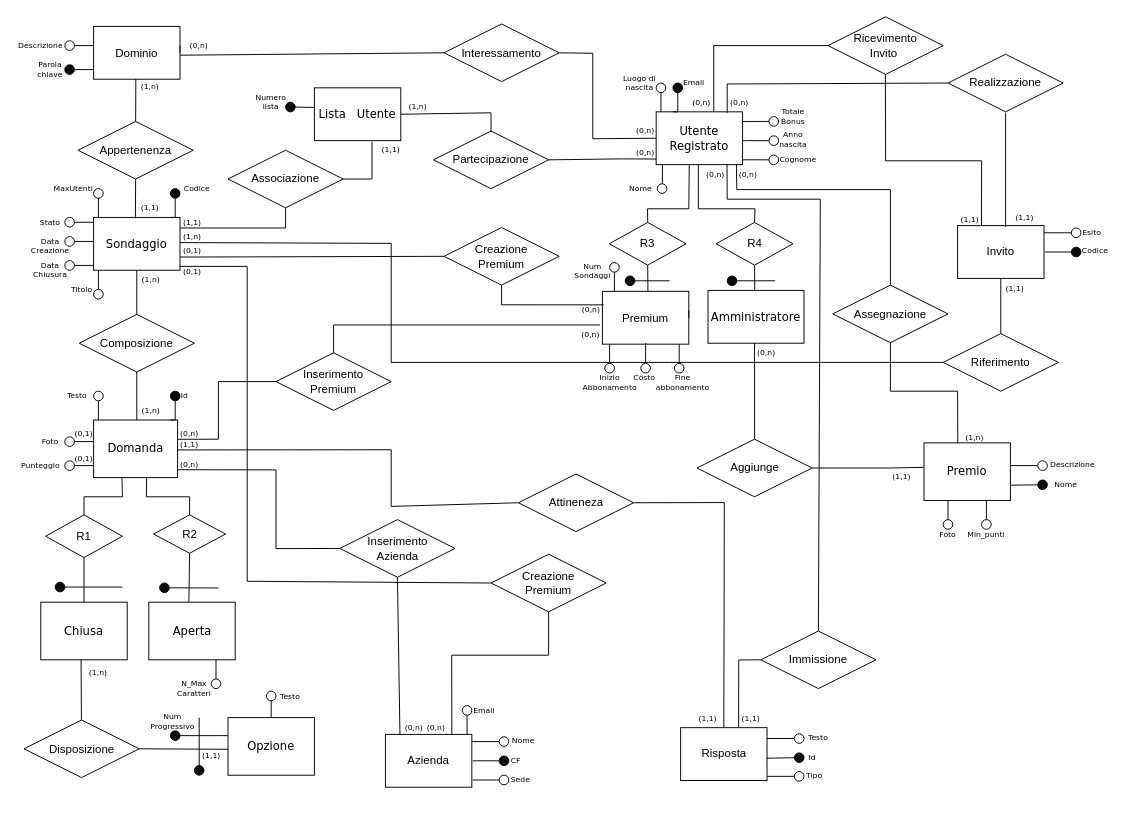
The draw.io diagram SchemaEr.drawio in tommaso2311/DatBas_22-23, before the edit. Source tidied: cells renumbered, new cells numbered last; positions are measured from the earlier drawing's top-left corner, leaving out a move shared by most shapes. Both pictures are drawn from the tidied source at 96%, with x=0, y=0 at pixel (16, 16).
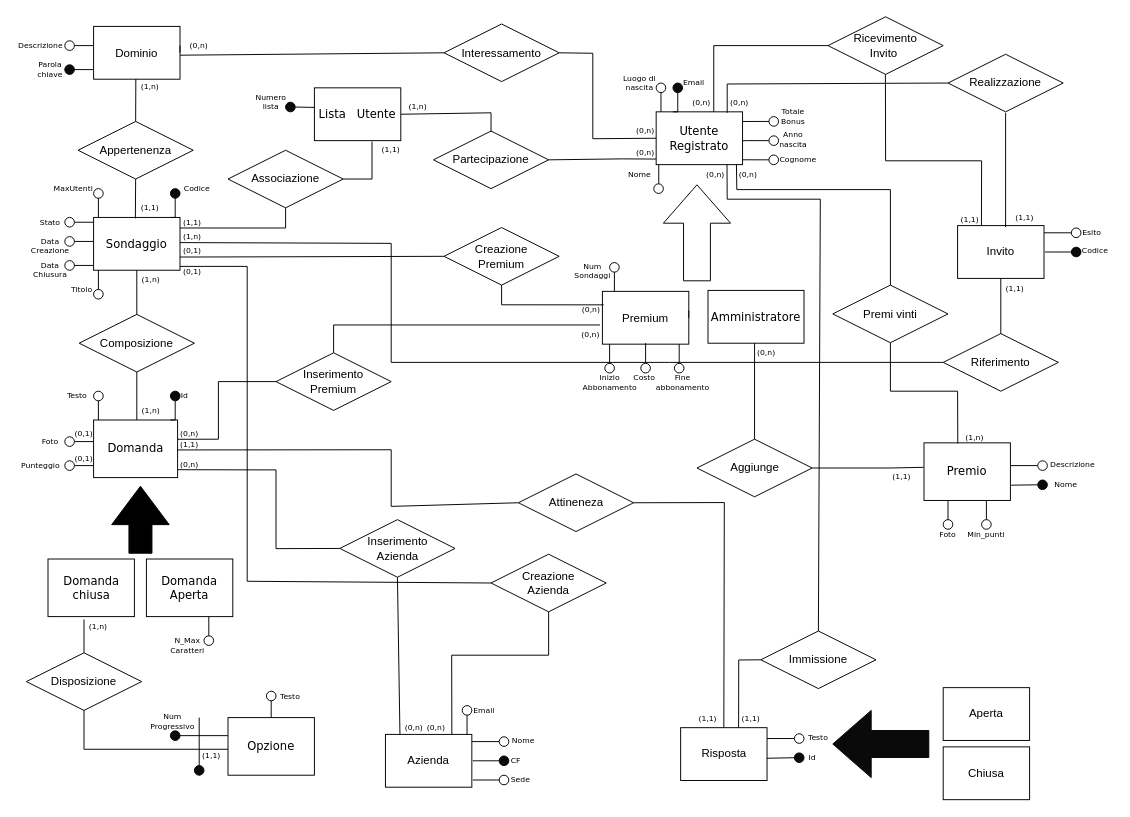
The same page after the edit.

Unchanged cells that the change refers to:
```xml
<mxCell id="21" value="&lt;p&gt;&lt;font face=&quot;Verdana&quot;&gt;Domanda&lt;/font&gt;&lt;/p&gt;" style="rounded=0;whiteSpace=wrap;html=1;" parent="1" vertex="1">
  <mxGeometry x="80" y="420" width="87.5" height="60" as="geometry" />
</mxCell>
<mxCell id="71" value="&lt;p&gt;&lt;font face=&quot;Verdana&quot;&gt;Utente Registrato&lt;/font&gt;&lt;/p&gt;" style="rounded=0;whiteSpace=wrap;html=1;" parent="1" vertex="1">
  <mxGeometry x="666" y="99" width="90" height="55" as="geometry" />
</mxCell>
<mxCell id="95" value="Premium" style="rounded=0;whiteSpace=wrap;html=1;" parent="1" vertex="1">
  <mxGeometry x="610" y="286" width="90" height="55" as="geometry" />
</mxCell>
<mxCell id="98" value="&lt;p&gt;&lt;font face=&quot;Verdana&quot;&gt;Amministratore&lt;/font&gt;&lt;/p&gt;" style="rounded=0;whiteSpace=wrap;html=1;" parent="1" vertex="1">
  <mxGeometry x="720" y="285" width="100" height="55" as="geometry" />
</mxCell>
<mxCell id="236" value="&lt;p&gt;&lt;font face=&quot;Verdana&quot;&gt;&amp;nbsp;Lista&amp;nbsp; &amp;nbsp;U&lt;/font&gt;&lt;span style=&quot;font-family: Verdana; background-color: initial;&quot;&gt;tente&amp;nbsp;&lt;/span&gt;&lt;/p&gt;" style="rounded=0;whiteSpace=wrap;html=1;" parent="1" vertex="1">
  <mxGeometry x="310" y="74" width="90" height="55" as="geometry" />
</mxCell>
<mxCell id="237" value="Associazione" style="shape=rhombus;perimeter=rhombusPerimeter;whiteSpace=wrap;html=1;align=center;" parent="1" vertex="1">
  <mxGeometry x="220" y="139" width="120" height="60" as="geometry" />
</mxCell>
<mxCell id="240" value="(1,1)" style="text;html=1;strokeColor=none;fillColor=none;align=center;verticalAlign=middle;whiteSpace=wrap;rounded=0;fontSize=8;fontFamily=Verdana;" parent="1" vertex="1">
  <mxGeometry x="162.5" y="204" width="40" height="20" as="geometry" />
</mxCell>
```

The edit, as a diff of the source:
```diff
@@
     <mxCell id="39" value="Disposizione" style="shape=rhombus;perimeter=rhombusPerimeter;whiteSpace=wrap;html=1;align=center;" parent="1" vertex="1">
-      <mxGeometry x="7.5" y="732.5" width="120" height="60" as="geometry" />
+      <mxGeometry x="10" y="662.5" width="120" height="60" as="geometry" />
     </mxCell>
@@
-    <mxCell id="42" value="&lt;p&gt;&lt;font face=&quot;Verdana&quot;&gt;Chiusa&lt;/font&gt;&lt;/p&gt;" style="rounded=0;whiteSpace=wrap;html=1;" parent="1" vertex="1">
-      <mxGeometry x="25" y="609.8" width="90" height="60" as="geometry" />
-    </mxCell>
@@
-    <mxCell id="45" style="endArrow=none;html=1;rounded=0;entryX=0.466;entryY=0.995;entryDx=0;entryDy=0;entryPerimeter=0;" parent="1" edge="1" source="39" target="42">
-      <mxGeometry relative="1" as="geometry" />
-    </mxCell>
@@
-    <mxCell id="53" value="&lt;p&gt;&lt;font face=&quot;Verdana&quot;&gt;Aperta&lt;/font&gt;&lt;/p&gt;" style="rounded=0;whiteSpace=wrap;html=1;" parent="1" vertex="1">
-      <mxGeometry x="137.5" y="609.8" width="90" height="60" as="geometry" />
+    <mxCell id="53" value="&lt;p&gt;&lt;font face=&quot;Verdana&quot;&gt;Domanda Aperta&lt;/font&gt;&lt;/p&gt;" style="rounded=0;whiteSpace=wrap;html=1;" parent="1" vertex="1">
+      <mxGeometry x="135" y="564.8" width="90" height="60" as="geometry" />
     </mxCell>
     <mxCell id="54" style="ellipse;whiteSpace=wrap;html=1;" parent="1" vertex="1">
-      <mxGeometry x="202.5" y="689.8" width="10" height="10" as="geometry" />
+      <mxGeometry x="195" y="644.8" width="10" height="10" as="geometry" />
     </mxCell>
     <mxCell id="55" style="verticalLabelPosition=bottom;align=center;dashed=0;html=1;verticalAlign=top;shape=mxgraph.pid.fittings.single_flange;" parent="1" vertex="1">
-      <mxGeometry x="205" y="669.8" width="5" height="20" as="geometry" />
+      <mxGeometry x="197.5" y="624.8" width="5" height="20" as="geometry" />
     </mxCell>
     <mxCell id="56" value="N_Max Caratteri" style="text;html=1;strokeColor=none;fillColor=none;align=center;verticalAlign=middle;whiteSpace=wrap;rounded=0;fontSize=8;fontFamily=Verdana;" parent="1" vertex="1">
-      <mxGeometry x="170" y="689.8" width="30" height="20" as="geometry" />
+      <mxGeometry x="162.5" y="644.8" width="30" height="20" as="geometry" />
     </mxCell>
-    <mxCell id="57" value="(1,n)" style="text;html=1;strokeColor=none;fillColor=none;align=center;verticalAlign=middle;whiteSpace=wrap;rounded=0;fontSize=8;fontFamily=Verdana;" parent="1" vertex="1">
-      <mxGeometry x="65" y="672.5" width="40" height="20" as="geometry" />
-    </mxCell>
@@
     <mxCell id="87" style="ellipse;whiteSpace=wrap;html=1;" parent="1" vertex="1">
-      <mxGeometry x="667.2" y="174" width="10" height="10" as="geometry" />
+      <mxGeometry x="663.5" y="174" width="10" height="10" as="geometry" />
     </mxCell>
     <mxCell id="88" style="verticalLabelPosition=bottom;align=center;dashed=0;html=1;verticalAlign=top;shape=mxgraph.pid.fittings.single_flange;" parent="1" vertex="1">
-      <mxGeometry x="670" y="154" width="5" height="20" as="geometry" />
+      <mxGeometry x="666.2" y="154" width="5" height="20" as="geometry" />
     </mxCell>
     <mxCell id="89" value="Nome" style="text;html=1;strokeColor=none;fillColor=none;align=center;verticalAlign=middle;whiteSpace=wrap;rounded=0;fontSize=8;fontFamily=Verdana;" parent="1" vertex="1">
-      <mxGeometry x="635" y="169" width="30" height="20" as="geometry" />
+      <mxGeometry x="633.5" y="154" width="30" height="20" as="geometry" />
     </mxCell>
@@
-    <mxCell id="124" value="Creazione &lt;br&gt;Premium" style="shape=rhombus;perimeter=rhombusPerimeter;whiteSpace=wrap;html=1;align=center;" parent="1" vertex="1">
+    <mxCell id="124" value="Creazione &lt;br&gt;Azienda" style="shape=rhombus;perimeter=rhombusPerimeter;whiteSpace=wrap;html=1;align=center;" parent="1" vertex="1">
       <mxGeometry x="494" y="559.8" width="120" height="60" as="geometry" />
     </mxCell>
@@
-    <mxCell id="129" value="Partecipazione" style="shape=rhombus;perimeter=rhombusPerimeter;whiteSpace=wrap;html=1;align=center;" parent="1" vertex="1">
-      <mxGeometry x="434" y="119" width="120" height="60" as="geometry" />
-    </mxCell>
-    <mxCell id="130" style="endArrow=none;html=1;rounded=0;fontFamily=Helvetica;fontSize=12;fontColor=default;startArrow=none;exitX=1;exitY=0.5;exitDx=0;exitDy=0;" parent="1" edge="1" source="236">
-      <mxGeometry relative="1" as="geometry">
-        <mxPoint x="494" y="120" as="targetPoint" />
-        <Array as="points">
-          <mxPoint x="494" y="100" />
-        </Array>
-      </mxGeometry>
-    </mxCell>
-    <mxCell id="131" value="(1,1)" style="text;html=1;strokeColor=none;fillColor=none;align=center;verticalAlign=middle;whiteSpace=wrap;rounded=0;fontSize=8;fontFamily=Verdana;" parent="1" vertex="1">
-      <mxGeometry x="370" y="128" width="40" height="20" as="geometry" />
-    </mxCell>
-    <mxCell id="132" style="endArrow=none;html=1;rounded=0;fontFamily=Helvetica;fontSize=12;fontColor=default;entryX=0.848;entryY=1.013;entryDx=0;entryDy=0;exitX=1;exitY=0.5;exitDx=0;exitDy=0;entryPerimeter=0;" parent="1" edge="1" source="129" target="133">
-      <mxGeometry relative="1" as="geometry">
-        <Array as="points">
-          <mxPoint x="630" y="148" />
-        </Array>
-      </mxGeometry>
-    </mxCell>
-    <mxCell id="133" value="(0,n)" style="text;html=1;strokeColor=none;fillColor=none;align=center;verticalAlign=middle;whiteSpace=wrap;rounded=0;fontSize=8;fontFamily=Verdana;" parent="1" vertex="1">
-      <mxGeometry x="637.5" y="134" width="33.5" height="14" as="geometry" />
-    </mxCell>
@@
-    <mxCell id="140" style="ellipse;whiteSpace=wrap;html=1;labelBackgroundColor=#0A0A0A;fontColor=#000000;fillColor=default;" parent="1" vertex="1">
+    <mxCell id="140" style="ellipse;whiteSpace=wrap;html=1;labelBackgroundColor=#0A0A0A;fontColor=#000000;fillColor=none;" parent="1" vertex="1">
       <mxGeometry x="464" y="717.5" width="10" height="10" as="geometry" />
     </mxCell>
@@
-    <mxCell id="207" value="Assegnazione" style="shape=rhombus;perimeter=rhombusPerimeter;whiteSpace=wrap;html=1;align=center;" parent="1" vertex="1">
+    <mxCell id="207" value="Premi vinti" style="shape=rhombus;perimeter=rhombusPerimeter;whiteSpace=wrap;html=1;align=center;" parent="1" vertex="1">
       <mxGeometry x="850" y="279.5" width="120" height="60" as="geometry" />
     </mxCell>
@@
-    <mxCell id="212" value="R2" style="shape=rhombus;perimeter=rhombusPerimeter;whiteSpace=wrap;html=1;align=center;" parent="1" vertex="1">
-      <mxGeometry x="142.5" y="518.8" width="75" height="40" as="geometry" />
-    </mxCell>
-    <mxCell id="213" value="R1" style="shape=rhombus;perimeter=rhombusPerimeter;whiteSpace=wrap;html=1;align=center;" parent="1" vertex="1">
-      <mxGeometry x="30" y="518.8" width="80" height="44.5" as="geometry" />
-    </mxCell>
-    <mxCell id="214" style="endArrow=none;html=1;rounded=0;fontFamily=Helvetica;fontSize=12;fontColor=default;exitX=1;exitY=0.5;exitDx=0;exitDy=0;" parent="1" edge="1" source="39">
+    <mxCell id="214" style="endArrow=none;html=1;rounded=0;fontFamily=Helvetica;fontSize=12;fontColor=default;exitX=0.5;exitY=1;exitDx=0;exitDy=0;" parent="1" edge="1" source="39">
       <mxGeometry relative="1" as="geometry">
         <mxPoint x="220" y="763" as="targetPoint" />
+        <Array as="points">
+          <mxPoint x="70" y="763" />
+        </Array>
       </mxGeometry>
     </mxCell>
-    <mxCell id="215" style="endArrow=none;html=1;rounded=0;fontFamily=Helvetica;fontSize=12;fontColor=default;entryX=0.5;entryY=1;entryDx=0;entryDy=0;exitX=0.464;exitY=-0.006;exitDx=0;exitDy=0;exitPerimeter=0;" parent="1" edge="1" source="53" target="212">
-      <mxGeometry relative="1" as="geometry" />
-    </mxCell>
-    <mxCell id="216" style="endArrow=none;html=1;rounded=0;fontFamily=Helvetica;fontSize=12;fontColor=default;entryX=0.5;entryY=1;entryDx=0;entryDy=0;exitX=0.5;exitY=0;exitDx=0;exitDy=0;" parent="1" edge="1" source="42" target="213">
-      <mxGeometry relative="1" as="geometry" />
-    </mxCell>
-    <mxCell id="217" style="endArrow=none;html=1;rounded=0;fontFamily=Helvetica;fontSize=12;fontColor=default;entryX=0.631;entryY=0.999;entryDx=0;entryDy=0;entryPerimeter=0;exitX=0.5;exitY=0;exitDx=0;exitDy=0;" parent="1" edge="1" source="212" target="21">
-      <mxGeometry relative="1" as="geometry">
-        <Array as="points">
-          <mxPoint x="180" y="500" />
-          <mxPoint x="135" y="500" />
-        </Array>
-      </mxGeometry>
-    </mxCell>
-    <mxCell id="218" style="endArrow=none;html=1;rounded=0;fontFamily=Helvetica;fontSize=12;fontColor=default;exitX=0.5;exitY=0;exitDx=0;exitDy=0;entryX=0.338;entryY=1.001;entryDx=0;entryDy=0;entryPerimeter=0;" parent="1" edge="1" source="213" target="21">
-      <mxGeometry relative="1" as="geometry">
-        <Array as="points">
-          <mxPoint x="70" y="500" />
-          <mxPoint x="110" y="500" />
-        </Array>
-      </mxGeometry>
+    <mxCell id="218" style="endArrow=none;html=1;rounded=0;fontFamily=Helvetica;fontSize=12;fontColor=default;entryX=0.417;entryY=1.049;entryDx=0;entryDy=0;entryPerimeter=0;" parent="1" edge="1" source="39" target="248">
+      <mxGeometry relative="1" as="geometry" />
     </mxCell>
-    <mxCell id="219" style="endArrow=none;html=1;rounded=0;startArrow=none;entryX=1;entryY=0.5;entryDx=0;entryDy=0;" parent="1" edge="1" target="220">
-      <mxGeometry relative="1" as="geometry">
-        <mxPoint x="110" y="594" as="sourcePoint" />
-      </mxGeometry>
-    </mxCell>
-    <mxCell id="220" style="ellipse;whiteSpace=wrap;html=1;labelBackgroundColor=#0A0A0A;fontColor=#000000;fillColor=#0A0A0A;" parent="1" vertex="1">
-      <mxGeometry x="40" y="589" width="10" height="10" as="geometry" />
-    </mxCell>
-    <mxCell id="221" style="endArrow=none;html=1;rounded=0;startArrow=none;" parent="1" edge="1" target="222">
-      <mxGeometry relative="1" as="geometry">
-        <mxPoint x="210" y="595" as="sourcePoint" />
-      </mxGeometry>
-    </mxCell>
-    <mxCell id="222" style="ellipse;whiteSpace=wrap;html=1;labelBackgroundColor=#0A0A0A;fontColor=#000000;fillColor=#0A0A0A;" parent="1" vertex="1">
-      <mxGeometry x="148.8" y="589.8" width="10" height="10" as="geometry" />
-    </mxCell>
-    <mxCell id="223" style="endArrow=none;html=1;rounded=0;entryX=0;entryY=0.5;entryDx=0;entryDy=0;exitX=0.993;exitY=0.183;exitDx=0;exitDy=0;exitPerimeter=0;" parent="1" edge="1" target="224">
-      <mxGeometry relative="1" as="geometry">
-        <mxPoint x="781.5" y="791.2" as="sourcePoint" />
-      </mxGeometry>
-    </mxCell>
-    <mxCell id="224" style="ellipse;whiteSpace=wrap;html=1;" parent="1" vertex="1">
-      <mxGeometry x="810" y="786.2" width="10" height="10" as="geometry" />
-    </mxCell>
-    <mxCell id="225" value="Tipo" style="text;html=1;strokeColor=none;fillColor=none;align=center;verticalAlign=middle;whiteSpace=wrap;rounded=0;fontSize=8;fontFamily=Verdana;" parent="1" vertex="1">
-      <mxGeometry x="811.8" y="781" width="38.2" height="18.5" as="geometry" />
-    </mxCell>
-    <mxCell id="226" value="R3" style="shape=rhombus;perimeter=rhombusPerimeter;whiteSpace=wrap;html=1;align=center;" parent="1" vertex="1">
-      <mxGeometry x="617.2" y="214.2" width="80" height="44.5" as="geometry" />
-    </mxCell>
-    <mxCell id="227" value="R4" style="shape=rhombus;perimeter=rhombusPerimeter;whiteSpace=wrap;html=1;align=center;" parent="1" vertex="1">
-      <mxGeometry x="728.5" y="214.2" width="80" height="44.5" as="geometry" />
-    </mxCell>
-    <mxCell id="228" style="endArrow=none;html=1;rounded=0;fontFamily=Helvetica;fontSize=12;fontColor=default;entryX=0.488;entryY=1.005;entryDx=0;entryDy=0;exitX=0.5;exitY=0;exitDx=0;exitDy=0;entryPerimeter=0;" parent="1" edge="1" source="227" target="71">
-      <mxGeometry relative="1" as="geometry">
-        <Array as="points">
-          <mxPoint x="769" y="200" />
-          <mxPoint x="710" y="200" />
-        </Array>
-      </mxGeometry>
-    </mxCell>
-    <mxCell id="229" style="endArrow=none;html=1;rounded=0;fontFamily=Helvetica;fontSize=12;fontColor=default;exitX=0.5;exitY=0;exitDx=0;exitDy=0;entryX=0.383;entryY=1.01;entryDx=0;entryDy=0;entryPerimeter=0;" parent="1" edge="1" source="226" target="71">
-      <mxGeometry relative="1" as="geometry">
-        <Array as="points">
-          <mxPoint x="657" y="200" />
-          <mxPoint x="700" y="200" />
-        </Array>
-      </mxGeometry>
-    </mxCell>
-    <mxCell id="230" style="endArrow=none;html=1;rounded=0;fontFamily=Helvetica;fontSize=12;fontColor=default;entryX=0.5;entryY=1;entryDx=0;entryDy=0;exitX=0.487;exitY=0.001;exitDx=0;exitDy=0;exitPerimeter=0;" parent="1" edge="1" source="98" target="227">
-      <mxGeometry relative="1" as="geometry" />
-    </mxCell>
-    <mxCell id="231" style="endArrow=none;html=1;rounded=0;fontFamily=Helvetica;fontSize=12;fontColor=default;entryX=0.5;entryY=1;entryDx=0;entryDy=0;exitX=0.527;exitY=0.002;exitDx=0;exitDy=0;exitPerimeter=0;" parent="1" edge="1" source="95" target="226">
-      <mxGeometry relative="1" as="geometry" />
-    </mxCell>
-    <mxCell id="232" style="endArrow=none;html=1;rounded=0;startArrow=none;" parent="1" edge="1" target="233">
-      <mxGeometry relative="1" as="geometry">
-        <mxPoint x="680" y="275" as="sourcePoint" />
-      </mxGeometry>
-    </mxCell>
-    <mxCell id="233" style="ellipse;whiteSpace=wrap;html=1;labelBackgroundColor=#0A0A0A;fontColor=#000000;fillColor=#0A0A0A;" parent="1" vertex="1">
-      <mxGeometry x="633.8" y="270" width="10" height="10" as="geometry" />
-    </mxCell>
-    <mxCell id="234" style="endArrow=none;html=1;rounded=0;startArrow=none;" parent="1" edge="1" target="235">
-      <mxGeometry relative="1" as="geometry">
-        <mxPoint x="790" y="275" as="sourcePoint" />
-      </mxGeometry>
-    </mxCell>
-    <mxCell id="235" style="ellipse;whiteSpace=wrap;html=1;labelBackgroundColor=#0A0A0A;fontColor=#000000;fillColor=#0A0A0A;" parent="1" vertex="1">
-      <mxGeometry x="740" y="270" width="10" height="10" as="geometry" />
-    </mxCell>
+    <mxCell id="57" value="(1,n)" style="text;html=1;strokeColor=none;fillColor=none;align=center;verticalAlign=middle;whiteSpace=wrap;rounded=0;fontSize=8;fontFamily=Verdana;" parent="1" vertex="1">
+      <mxGeometry x="65" y="624.8" width="40" height="20" as="geometry" />
+    </mxCell>
+    <mxCell id="129" value="Partecipazione" style="shape=rhombus;perimeter=rhombusPerimeter;whiteSpace=wrap;html=1;align=center;" parent="1" vertex="1">
+      <mxGeometry x="434" y="119" width="120" height="60" as="geometry" />
+    </mxCell>
+    <mxCell id="245" style="endArrow=none;html=1;rounded=0;fontFamily=Helvetica;fontSize=12;fontColor=default;startArrow=none;exitX=1;exitY=0.5;exitDx=0;exitDy=0;" parent="1" edge="1" source="236">
+      <mxGeometry relative="1" as="geometry">
+        <mxPoint x="494" y="120" as="targetPoint" />
+        <Array as="points">
+          <mxPoint x="494" y="100" />
+        </Array>
+      </mxGeometry>
+    </mxCell>
+    <mxCell id="131" value="(1,1)" style="text;html=1;strokeColor=none;fillColor=none;align=center;verticalAlign=middle;whiteSpace=wrap;rounded=0;fontSize=8;fontFamily=Verdana;" parent="1" vertex="1">
+      <mxGeometry x="370" y="128" width="40" height="20" as="geometry" />
+    </mxCell>
+    <mxCell id="132" style="endArrow=none;html=1;rounded=0;fontFamily=Helvetica;fontSize=12;fontColor=default;entryX=0.848;entryY=1.013;entryDx=0;entryDy=0;exitX=1;exitY=0.5;exitDx=0;exitDy=0;entryPerimeter=0;" parent="1" edge="1" source="129" target="133">
+      <mxGeometry relative="1" as="geometry">
+        <Array as="points">
+          <mxPoint x="630" y="148" />
+        </Array>
+      </mxGeometry>
+    </mxCell>
+    <mxCell id="133" value="(0,n)" style="text;html=1;strokeColor=none;fillColor=none;align=center;verticalAlign=middle;whiteSpace=wrap;rounded=0;fontSize=8;fontFamily=Verdana;" parent="1" vertex="1">
+      <mxGeometry x="637.5" y="134" width="33.5" height="14" as="geometry" />
+    </mxCell>
@@
-    <mxCell id="238" style="endArrow=none;html=1;rounded=0;startArrow=none;exitX=0.188;exitY=0.8;exitDx=0;exitDy=0;exitPerimeter=0;" parent="1" edge="1" source="240">
-      <mxGeometry relative="1" as="geometry">
-        <mxPoint x="280" y="199" as="targetPoint" />
-        <Array as="points">
-          <mxPoint x="280" y="220" />
-        </Array>
-      </mxGeometry>
-    </mxCell>
-    <mxCell id="239" style="endArrow=none;html=1;rounded=0;exitX=1;exitY=0.5;exitDx=0;exitDy=0;" parent="1" edge="1" source="237">
-      <mxGeometry relative="1" as="geometry">
-        <mxPoint x="370" y="130" as="targetPoint" />
-        <Array as="points">
-          <mxPoint x="370" y="169" />
-        </Array>
-      </mxGeometry>
-    </mxCell>
+    <mxCell id="246" style="endArrow=none;html=1;rounded=0;startArrow=none;exitX=0.188;exitY=0.8;exitDx=0;exitDy=0;exitPerimeter=0;" parent="1" edge="1" source="240">
+      <mxGeometry relative="1" as="geometry">
+        <mxPoint x="280" y="199" as="targetPoint" />
+        <Array as="points">
+          <mxPoint x="280" y="220" />
+        </Array>
+      </mxGeometry>
+    </mxCell>
+    <mxCell id="247" style="endArrow=none;html=1;rounded=0;exitX=1;exitY=0.5;exitDx=0;exitDy=0;" parent="1" edge="1" source="237">
+      <mxGeometry relative="1" as="geometry">
+        <mxPoint x="370" y="130" as="targetPoint" />
+        <Array as="points">
+          <mxPoint x="370" y="169" />
+        </Array>
+      </mxGeometry>
+    </mxCell>
@@
+    <mxCell id="248" value="&lt;p&gt;&lt;font face=&quot;Verdana&quot;&gt;Domanda chiusa&lt;/font&gt;&lt;/p&gt;" style="rounded=0;whiteSpace=wrap;html=1;" parent="1" vertex="1">
+      <mxGeometry x="32.5" y="564.8" width="90" height="60" as="geometry" />
+    </mxCell>
+    <mxCell id="249" style="html=1;shadow=0;dashed=0;align=center;verticalAlign=middle;shape=mxgraph.arrows2.arrow;dy=0.6;dx=40;direction=north;notch=0;fillColor=#000000;" parent="1" vertex="1">
+      <mxGeometry x="98.8" y="489" width="60" height="69.8" as="geometry" />
+    </mxCell>
+    <mxCell id="250" style="html=1;shadow=0;dashed=0;align=center;verticalAlign=middle;shape=mxgraph.arrows2.arrow;dy=0.6;dx=40;direction=north;notch=0;" parent="1" vertex="1">
+      <mxGeometry x="673.5" y="175" width="70" height="100" as="geometry" />
+    </mxCell>
+    <mxCell id="251" style="html=1;shadow=0;dashed=0;align=center;verticalAlign=middle;shape=mxgraph.arrows2.arrow;dy=0.6;dx=40;flipH=1;notch=0;fillColor=#0A0A0A;" parent="1" vertex="1">
+      <mxGeometry x="850" y="722.5" width="100" height="70" as="geometry" />
+    </mxCell>
+    <mxCell id="252" value="Aperta" style="rounded=0;whiteSpace=wrap;html=1;" parent="1" vertex="1">
+      <mxGeometry x="965" y="698.8" width="90" height="55" as="geometry" />
+    </mxCell>
+    <mxCell id="42" value="Chiusa" style="rounded=0;whiteSpace=wrap;html=1;" parent="1" vertex="1">
+      <mxGeometry x="965" y="760.5" width="90" height="55" as="geometry" />
+    </mxCell>
```
